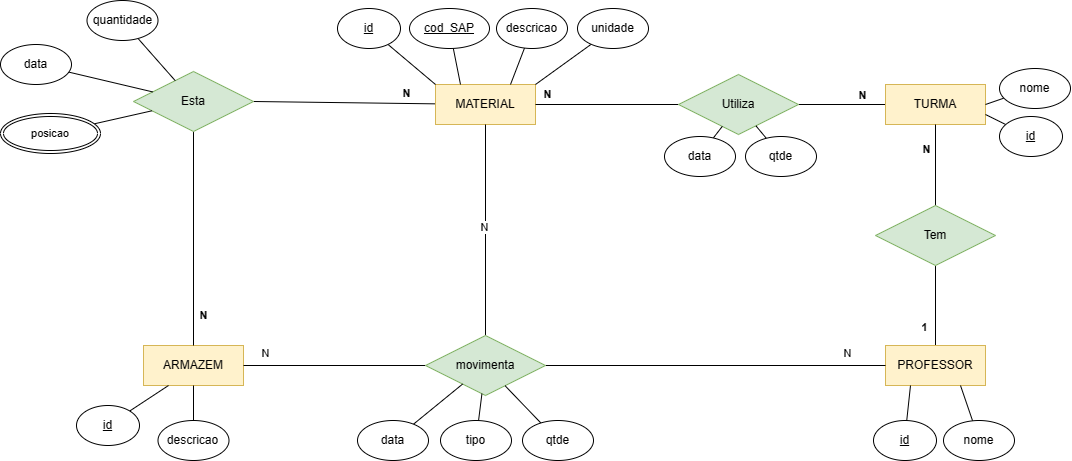
FelipeOropeza/OficinaMecanicaSenai keeps this draw.io diagram as ModelosDb/Oficinamec_v1.drawio.png. Above is the earlier version. Source tidied: cells renumbered, new cells last; positions are measured from the earlier drawing's top-left corner, leaving out a move shared by most shapes.
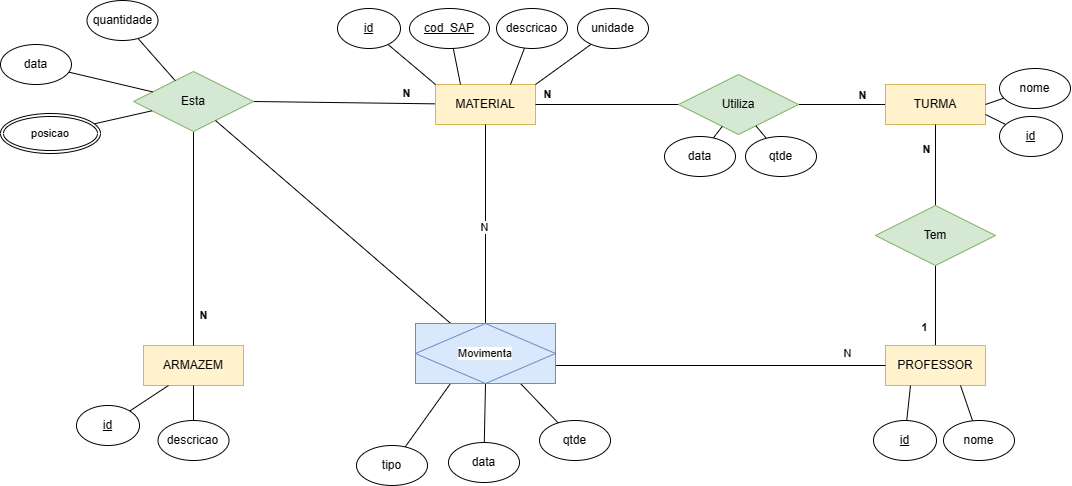
After the commit.

The edit, as a diff of the source:
```diff
@@ -137,48 +137,41 @@
     <mxCell id="42" value="Utiliza" style="shape=rhombus;perimeter=rhombusPerimeter;whiteSpace=wrap;html=1;align=center;fillColor=#d5e8d4;strokeColor=#82b366;" parent="1" vertex="1">
       <mxGeometry x="678" y="74" width="120" height="60" as="geometry" />
     </mxCell>
-    <mxCell id="43" style="edgeStyle=none;rounded=0;jettySize=auto;html=1;entryX=0.5;entryY=1;entryDx=0;entryDy=0;strokeColor=default;align=center;verticalAlign=middle;fontFamily=Helvetica;fontSize=11;fontColor=default;labelBackgroundColor=default;endArrow=none;endFill=0;" parent="1" edge="1" source="49" target="8">
-      <mxGeometry relative="1" as="geometry" />
+    <mxCell id="43" style="edgeStyle=none;rounded=0;jettySize=auto;html=1;entryX=0.5;entryY=1;entryDx=0;entryDy=0;strokeColor=default;align=center;verticalAlign=middle;fontFamily=Helvetica;fontSize=11;fontColor=default;labelBackgroundColor=default;endArrow=none;endFill=0;" parent="1" edge="1" target="8">
+      <mxGeometry relative="1" as="geometry">
+        <mxPoint x="485" y="335" as="sourcePoint" />
+      </mxGeometry>
     </mxCell>
     <mxCell id="44" value="N" style="edgeLabel;html=1;align=center;verticalAlign=middle;fontFamily=Helvetica;fontSize=11;fontColor=default;labelBackgroundColor=default;" parent="43" vertex="1">
       <mxGeometry x="0.02" y="2" relative="1" as="geometry" />
     </mxCell>
-    <mxCell id="45" style="edgeStyle=none;rounded=0;jettySize=auto;html=1;strokeColor=default;align=center;verticalAlign=middle;fontFamily=Helvetica;fontSize=11;fontColor=default;labelBackgroundColor=default;endArrow=none;endFill=0;" parent="1" edge="1" source="49" target="5">
-      <mxGeometry relative="1" as="geometry" />
-    </mxCell>
-    <mxCell id="46" value="N" style="edgeLabel;html=1;align=center;verticalAlign=middle;fontFamily=Helvetica;fontSize=11;fontColor=default;labelBackgroundColor=default;" parent="45" vertex="1">
-      <mxGeometry x="-0.23" y="1" relative="1" as="geometry">
-        <mxPoint x="-90" y="-14" as="offset" />
-      </mxGeometry>
-    </mxCell>
-    <mxCell id="47" style="edgeStyle=none;rounded=0;jettySize=auto;html=1;strokeColor=default;align=center;verticalAlign=middle;fontFamily=Helvetica;fontSize=11;fontColor=default;labelBackgroundColor=default;endArrow=none;endFill=0;" parent="1" edge="1" source="49" target="4">
-      <mxGeometry relative="1" as="geometry" />
+    <mxCell id="47" style="edgeStyle=none;rounded=0;jettySize=auto;html=1;strokeColor=default;align=center;verticalAlign=middle;fontFamily=Helvetica;fontSize=11;fontColor=default;labelBackgroundColor=default;endArrow=none;endFill=0;" parent="1" edge="1" target="4">
+      <mxGeometry relative="1" as="geometry">
+        <mxPoint x="545" y="365" as="sourcePoint" />
+      </mxGeometry>
     </mxCell>
     <mxCell id="48" value="N" style="edgeLabel;html=1;align=center;verticalAlign=middle;fontFamily=Helvetica;fontSize=11;fontColor=default;labelBackgroundColor=default;" parent="47" vertex="1">
       <mxGeometry x="0.77" y="-1" relative="1" as="geometry">
         <mxPoint x="1" y="-14" as="offset" />
       </mxGeometry>
     </mxCell>
-    <mxCell id="49" value="movimenta" style="shape=rhombus;perimeter=rhombusPerimeter;whiteSpace=wrap;html=1;align=center;fillColor=#d5e8d4;strokeColor=#82b366;" parent="1" vertex="1">
-      <mxGeometry x="425" y="335" width="120" height="60" as="geometry" />
-    </mxCell>
-    <mxCell id="50" style="edgeStyle=none;rounded=0;jettySize=auto;html=1;strokeColor=default;align=center;verticalAlign=middle;fontFamily=Helvetica;fontSize=11;fontColor=default;labelBackgroundColor=default;endArrow=none;endFill=0;" parent="1" edge="1" source="51" target="49">
-      <mxGeometry relative="1" as="geometry" />
-    </mxCell>
+    <mxCell id="64" style="edgeStyle=none;rounded=0;jettySize=auto;html=1;entryX=0.5;entryY=1;entryDx=0;entryDy=0;strokeColor=default;align=center;verticalAlign=middle;fontFamily=Helvetica;fontSize=11;fontColor=default;labelBackgroundColor=default;endArrow=none;endFill=0;" parent="1" edge="1" source="51" target="67">
+      <mxGeometry relative="1" as="geometry" />
+    </mxCell>
     <mxCell id="51" value="data" style="ellipse;whiteSpace=wrap;html=1;align=center;" parent="1" vertex="1">
-      <mxGeometry x="357" y="420" width="71" height="40" as="geometry" />
+      <mxGeometry x="448" y="442" width="71" height="40" as="geometry" />
     </mxCell>
-    <mxCell id="52" style="edgeStyle=none;rounded=0;jettySize=auto;html=1;strokeColor=default;align=center;verticalAlign=middle;fontFamily=Helvetica;fontSize=11;fontColor=default;labelBackgroundColor=default;endArrow=none;endFill=0;" parent="1" edge="1" source="53" target="49">
+    <mxCell id="52" style="edgeStyle=none;rounded=0;jettySize=auto;html=1;strokeColor=default;align=center;verticalAlign=middle;fontFamily=Helvetica;fontSize=11;fontColor=default;labelBackgroundColor=default;endArrow=none;endFill=0;entryX=0.75;entryY=1;entryDx=0;entryDy=0;" parent="1" edge="1" source="53" target="67">
       <mxGeometry relative="1" as="geometry" />
     </mxCell>
     <mxCell id="53" value="qtde" style="ellipse;whiteSpace=wrap;html=1;align=center;" parent="1" vertex="1">
-      <mxGeometry x="522" y="420" width="71" height="40" as="geometry" />
+      <mxGeometry x="539" y="420" width="71" height="40" as="geometry" />
     </mxCell>
-    <mxCell id="54" style="edgeStyle=none;rounded=0;jettySize=auto;html=1;strokeColor=default;align=center;verticalAlign=middle;fontFamily=Helvetica;fontSize=11;fontColor=default;labelBackgroundColor=default;endArrow=none;endFill=0;" parent="1" edge="1" source="55" target="49">
-      <mxGeometry relative="1" as="geometry" />
-    </mxCell>
+    <mxCell id="65" style="edgeStyle=none;rounded=0;jettySize=auto;html=1;entryX=0.25;entryY=1;entryDx=0;entryDy=0;strokeColor=default;align=center;verticalAlign=middle;fontFamily=Helvetica;fontSize=11;fontColor=default;labelBackgroundColor=default;endArrow=none;endFill=0;" parent="1" edge="1" source="55" target="67">
+      <mxGeometry relative="1" as="geometry" />
+    </mxCell>
     <mxCell id="55" value="tipo" style="ellipse;whiteSpace=wrap;html=1;align=center;" parent="1" vertex="1">
-      <mxGeometry x="440" y="420" width="71" height="40" as="geometry" />
+      <mxGeometry x="356" y="445" width="71" height="40" as="geometry" />
     </mxCell>
     <mxCell id="56" style="edgeStyle=none;rounded=0;jettySize=auto;html=1;strokeColor=default;align=center;verticalAlign=middle;fontFamily=Helvetica;fontSize=11;fontColor=default;labelBackgroundColor=default;endArrow=none;endFill=0;" parent="1" edge="1" source="57" target="42">
       <mxGeometry relative="1" as="geometry" />
@@ -204,5 +197,11 @@
     <mxCell id="63" value="posicao" style="ellipse;shape=doubleEllipse;margin=3;whiteSpace=wrap;html=1;align=center;fontFamily=Helvetica;fontSize=11;fontColor=default;labelBackgroundColor=default;" parent="1" vertex="1">
       <mxGeometry y="113" width="100" height="40" as="geometry" />
     </mxCell>
+    <mxCell id="66" style="edgeStyle=none;rounded=0;jettySize=auto;html=1;strokeColor=default;align=center;verticalAlign=middle;fontFamily=Helvetica;fontSize=11;fontColor=default;labelBackgroundColor=default;endArrow=none;endFill=0;" parent="1" edge="1" source="67" target="14">
+      <mxGeometry relative="1" as="geometry" />
+    </mxCell>
+    <mxCell id="67" value="Movimenta" style="shape=associativeEntity;whiteSpace=wrap;html=1;align=center;fontFamily=Helvetica;fontSize=11;labelBackgroundColor=default;fillColor=#dae8fc;strokeColor=#6c8ebf;" parent="1" vertex="1">
+      <mxGeometry x="415" y="323" width="140" height="60" as="geometry" />
+    </mxCell>
   </root>
 </mxGraphModel>
```
